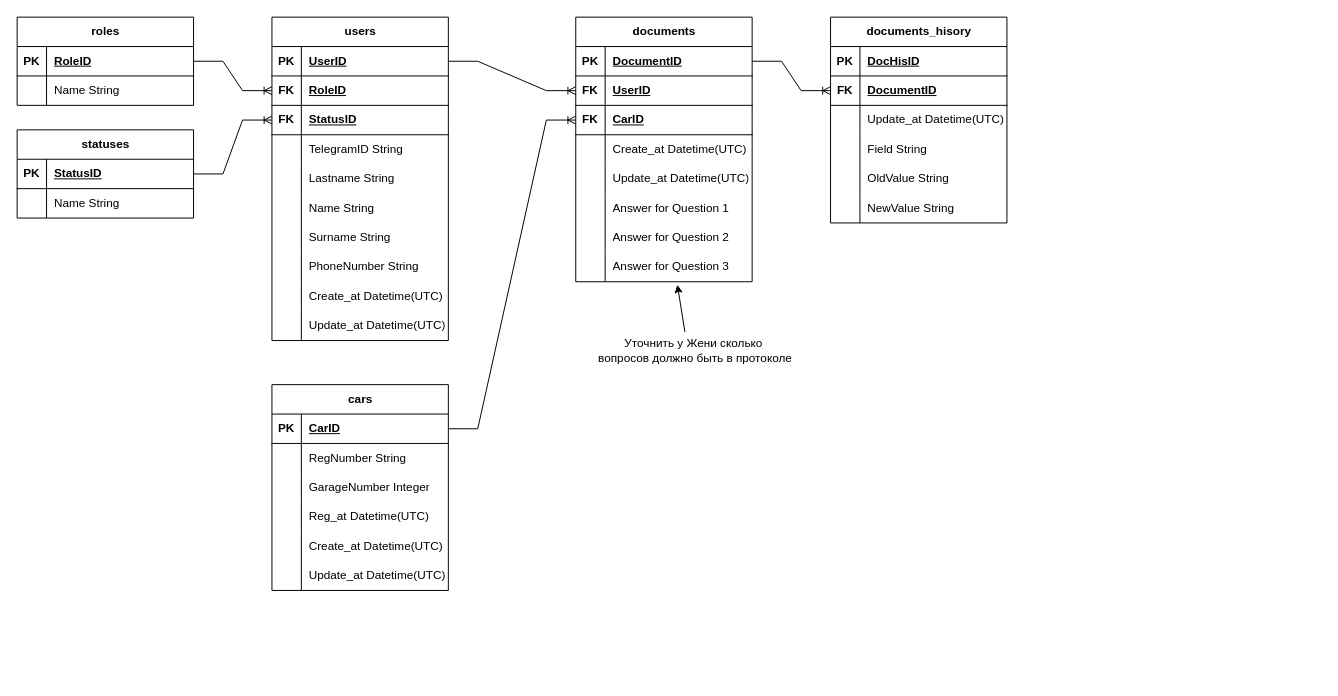
The draw.io diagram Диаграмма без названия.drawio in EvgeniiGud/draw, before the edit. Source tidied: cells renumbered, new cells numbered last; positions are measured from the earlier drawing's top-left corner, leaving out a move shared by most shapes. Both pictures are drawn from the tidied source at 98%, with x=0, y=0 at pixel (17, 17).
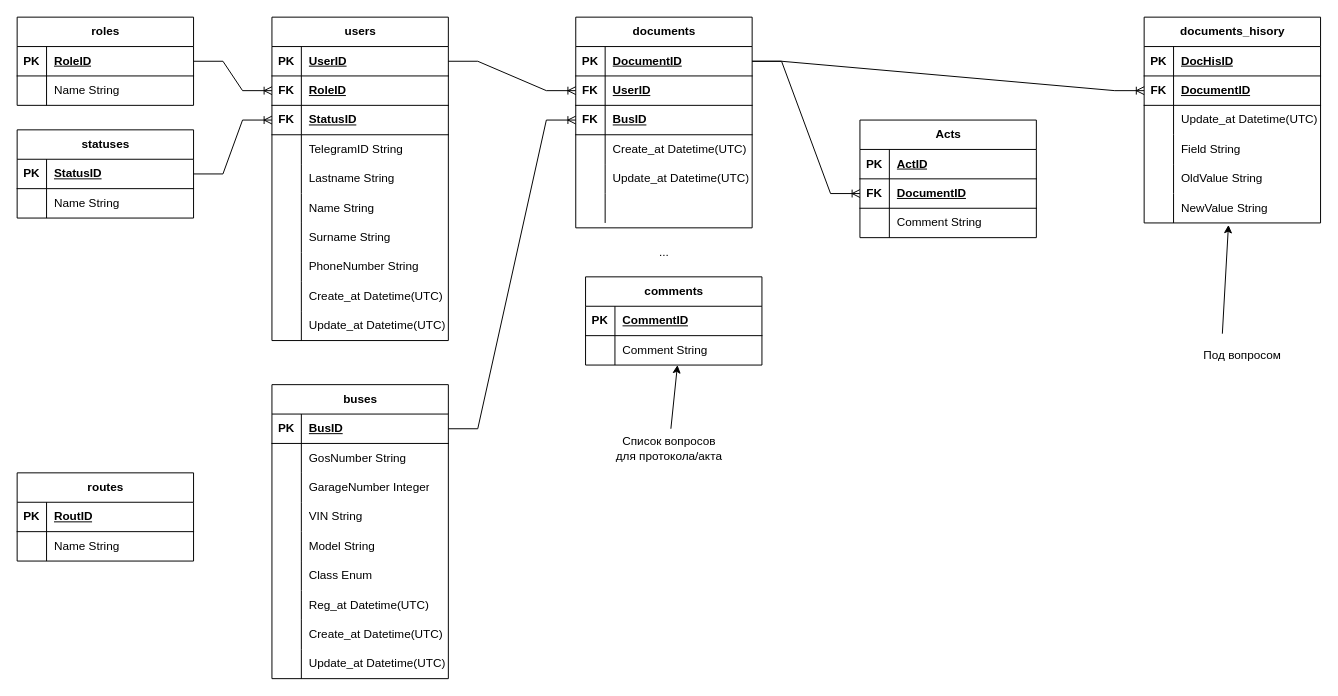
Above is the later version.

Unchanged cells that the change refers to:
```xml
<mxCell id="34" style="shape=tableRow;horizontal=0;startSize=0;swimlaneHead=0;swimlaneBody=0;fillColor=none;points=[[0,0.5],[1,0.5]];portConstraint=eastwest;top=0;left=0;right=0;bottom=1;" parent="33" vertex="1">
  <mxGeometry y="30" width="180" height="30" as="geometry" />
</mxCell>
<mxCell id="37" style="shape=tableRow;horizontal=0;startSize=0;swimlaneHead=0;swimlaneBody=0;fillColor=none;top=0;left=0;right=0;bottom=0;" parent="33" vertex="1">
  <mxGeometry y="60" width="180" height="30" as="geometry" />
</mxCell>
<mxCell id="71" style="shape=tableRow;horizontal=0;startSize=0;swimlaneHead=0;swimlaneBody=0;fillColor=none;points=[[0,0.5],[1,0.5]];portConstraint=eastwest;top=0;left=0;right=0;bottom=1;" parent="70" vertex="1">
  <mxGeometry y="30" width="180" height="30" as="geometry" />
</mxCell>
<mxCell id="77" style="shape=tableRow;horizontal=0;startSize=0;swimlaneHead=0;swimlaneBody=0;fillColor=none;points=[[0,0.5],[1,0.5]];portConstraint=eastwest;top=0;left=0;right=0;bottom=1;" parent="70" vertex="1">
  <mxGeometry y="90" width="180" height="30" as="geometry" />
</mxCell>
<mxCell id="86" style="shape=tableRow;horizontal=0;startSize=0;swimlaneHead=0;swimlaneBody=0;fillColor=none;top=0;left=0;right=0;bottom=0;" parent="70" vertex="1">
  <mxGeometry y="180" width="180" height="30" as="geometry" />
</mxCell>
<mxCell id="111" style="shape=tableRow;horizontal=0;startSize=0;swimlaneHead=0;swimlaneBody=0;fillColor=none;points=[[0,0.5],[1,0.5]];portConstraint=eastwest;top=0;left=0;right=0;bottom=0;" parent="95" vertex="1">
  <mxGeometry y="180" width="180" height="30" as="geometry" />
</mxCell>
```

Change to the diagram source:
```diff
@@
-    <mxCell id="33" value="cars" style="shape=table;startSize=30;childLayout=tableLayout;rowLines=0;fontStyle=1;align=center;html=1;" parent="1" vertex="1">
-      <mxGeometry x="260" y="375" width="180" height="210" as="geometry" />
+    <mxCell id="33" value="buses" style="shape=table;startSize=30;childLayout=tableLayout;rowLines=0;fontStyle=1;align=center;html=1;" parent="1" vertex="1">
+      <mxGeometry x="260" y="375" width="180" height="300" as="geometry" />
     </mxCell>
@@
-    <mxCell id="36" value="CarID" style="shape=partialRectangle;fillColor=none;top=0;left=0;bottom=0;right=0;align=left;spacingLeft=6;fontStyle=5;overflow=hidden;whiteSpace=wrap;html=1;" parent="34" vertex="1">
+    <mxCell id="36" value="BusID" style="shape=partialRectangle;fillColor=none;top=0;left=0;bottom=0;right=0;align=left;spacingLeft=6;fontStyle=5;overflow=hidden;whiteSpace=wrap;html=1;" parent="34" vertex="1">
       <mxGeometry x="30" width="150" height="30" as="geometry" />
     </mxCell>
@@
-    <mxCell id="39" value="RegNumber String" style="shape=partialRectangle;fillColor=none;top=0;left=0;bottom=0;right=0;align=left;spacingLeft=6;overflow=hidden;whiteSpace=wrap;html=1;" parent="37" vertex="1">
+    <mxCell id="39" value="GosNumber String" style="shape=partialRectangle;fillColor=none;top=0;left=0;bottom=0;right=0;align=left;spacingLeft=6;overflow=hidden;whiteSpace=wrap;html=1;" parent="37" vertex="1">
       <mxGeometry x="30" width="150" height="30" as="geometry" />
     </mxCell>
@@
+    <mxCell id="117" style="shape=tableRow;horizontal=0;startSize=0;swimlaneHead=0;swimlaneBody=0;fillColor=none;top=0;left=0;right=0;bottom=0;" parent="33" vertex="1">
+      <mxGeometry y="120" width="180" height="30" as="geometry" />
+    </mxCell>
+    <mxCell id="118" style="shape=partialRectangle;fillColor=none;top=0;left=0;bottom=0;right=0;overflow=hidden;whiteSpace=wrap;html=1;" parent="117" vertex="1">
+      <mxGeometry width="30" height="30" as="geometry" />
+    </mxCell>
+    <mxCell id="119" value="VIN String" style="shape=partialRectangle;fillColor=none;top=0;left=0;bottom=0;right=0;align=left;spacingLeft=6;overflow=hidden;whiteSpace=wrap;html=1;" parent="117" vertex="1">
+      <mxGeometry x="30" width="150" height="30" as="geometry" />
+    </mxCell>
+    <mxCell id="120" style="shape=tableRow;horizontal=0;startSize=0;swimlaneHead=0;swimlaneBody=0;fillColor=none;top=0;left=0;right=0;bottom=0;" parent="33" vertex="1">
+      <mxGeometry y="150" width="180" height="30" as="geometry" />
+    </mxCell>
+    <mxCell id="121" style="shape=partialRectangle;fillColor=none;top=0;left=0;bottom=0;right=0;overflow=hidden;whiteSpace=wrap;html=1;" parent="120" vertex="1">
+      <mxGeometry width="30" height="30" as="geometry" />
+    </mxCell>
+    <mxCell id="122" value="Model String" style="shape=partialRectangle;fillColor=none;top=0;left=0;bottom=0;right=0;align=left;spacingLeft=6;overflow=hidden;whiteSpace=wrap;html=1;" parent="120" vertex="1">
+      <mxGeometry x="30" width="150" height="30" as="geometry" />
+    </mxCell>
+    <mxCell id="123" style="shape=tableRow;horizontal=0;startSize=0;swimlaneHead=0;swimlaneBody=0;fillColor=none;top=0;left=0;right=0;bottom=0;" parent="33" vertex="1">
+      <mxGeometry y="180" width="180" height="30" as="geometry" />
+    </mxCell>
+    <mxCell id="124" style="shape=partialRectangle;fillColor=none;top=0;left=0;bottom=0;right=0;overflow=hidden;whiteSpace=wrap;html=1;" parent="123" vertex="1">
+      <mxGeometry width="30" height="30" as="geometry" />
+    </mxCell>
+    <mxCell id="125" value="Class Enum" style="shape=partialRectangle;fillColor=none;top=0;left=0;bottom=0;right=0;align=left;spacingLeft=6;overflow=hidden;whiteSpace=wrap;html=1;" parent="123" vertex="1">
+      <mxGeometry x="30" width="150" height="30" as="geometry" />
+    </mxCell>
     <mxCell id="43" style="shape=tableRow;horizontal=0;startSize=0;swimlaneHead=0;swimlaneBody=0;fillColor=none;top=0;left=0;right=0;bottom=0;" parent="33" vertex="1">
-      <mxGeometry y="120" width="180" height="30" as="geometry" />
+      <mxGeometry y="210" width="180" height="30" as="geometry" />
     </mxCell>
@@
     <mxCell id="46" style="shape=tableRow;horizontal=0;startSize=0;swimlaneHead=0;swimlaneBody=0;fillColor=none;top=0;left=0;right=0;bottom=0;" parent="33" vertex="1">
-      <mxGeometry y="150" width="180" height="30" as="geometry" />
+      <mxGeometry y="240" width="180" height="30" as="geometry" />
     </mxCell>
@@
     <mxCell id="49" style="shape=tableRow;horizontal=0;startSize=0;swimlaneHead=0;swimlaneBody=0;fillColor=none;top=0;left=0;right=0;bottom=0;" parent="33" vertex="1">
-      <mxGeometry y="180" width="180" height="30" as="geometry" />
+      <mxGeometry y="270" width="180" height="30" as="geometry" />
     </mxCell>
@@
     <mxCell id="70" value="documents" style="shape=table;startSize=30;childLayout=tableLayout;rowLines=0;fontStyle=1;align=center;html=1;" parent="1" vertex="1">
-      <mxGeometry x="570" width="180" height="270" as="geometry" />
+      <mxGeometry x="570" width="180" height="215" as="geometry" />
     </mxCell>
@@
-    <mxCell id="79" value="CarID" style="shape=partialRectangle;fillColor=none;top=0;left=0;bottom=0;right=0;align=left;spacingLeft=6;fontStyle=5;overflow=hidden;whiteSpace=wrap;html=1;" parent="77" vertex="1">
+    <mxCell id="79" value="BusID" style="shape=partialRectangle;fillColor=none;top=0;left=0;bottom=0;right=0;align=left;spacingLeft=6;fontStyle=5;overflow=hidden;whiteSpace=wrap;html=1;" parent="77" vertex="1">
       <mxGeometry x="30" width="150" height="30" as="geometry" />
     </mxCell>
@@
-    <mxCell id="88" value="Answer for Question 1" style="shape=partialRectangle;fillColor=none;top=0;left=0;bottom=0;right=0;align=left;spacingLeft=6;overflow=hidden;whiteSpace=wrap;html=1;" parent="86" vertex="1">
+    <mxCell id="88" style="shape=partialRectangle;fillColor=none;top=0;left=0;bottom=0;right=0;align=left;spacingLeft=6;overflow=hidden;whiteSpace=wrap;html=1;" parent="86" vertex="1">
       <mxGeometry x="30" width="150" height="30" as="geometry" />
     </mxCell>
-    <mxCell id="89" style="shape=tableRow;horizontal=0;startSize=0;swimlaneHead=0;swimlaneBody=0;fillColor=none;top=0;left=0;right=0;bottom=0;" parent="70" vertex="1">
-      <mxGeometry y="210" width="180" height="30" as="geometry" />
-    </mxCell>
-    <mxCell id="90" style="shape=partialRectangle;fillColor=none;top=0;left=0;bottom=0;right=0;overflow=hidden;whiteSpace=wrap;html=1;" parent="89" vertex="1">
-      <mxGeometry width="30" height="30" as="geometry" />
-    </mxCell>
-    <mxCell id="91" value="Answer for Question 2" style="shape=partialRectangle;fillColor=none;top=0;left=0;bottom=0;right=0;align=left;spacingLeft=6;overflow=hidden;whiteSpace=wrap;html=1;" parent="89" vertex="1">
-      <mxGeometry x="30" width="150" height="30" as="geometry" />
-    </mxCell>
-    <mxCell id="92" style="shape=tableRow;horizontal=0;startSize=0;swimlaneHead=0;swimlaneBody=0;fillColor=none;points=[[0,0.5],[1,0.5]];portConstraint=eastwest;top=0;left=0;right=0;bottom=0;" parent="70" vertex="1">
-      <mxGeometry y="240" width="180" height="30" as="geometry" />
-    </mxCell>
-    <mxCell id="93" style="shape=partialRectangle;fillColor=none;top=0;left=0;bottom=0;right=0;overflow=hidden;whiteSpace=wrap;html=1;" parent="92" vertex="1">
-      <mxGeometry width="30" height="30" as="geometry" />
-    </mxCell>
-    <mxCell id="94" value="Answer for Question 3" style="shape=partialRectangle;fillColor=none;top=0;left=0;bottom=0;right=0;align=left;spacingLeft=6;overflow=hidden;whiteSpace=wrap;html=1;" parent="92" vertex="1">
-      <mxGeometry x="30" width="150" height="30" as="geometry" />
-    </mxCell>
     <mxCell id="95" value="documents_hisory" style="shape=table;startSize=30;childLayout=tableLayout;rowLines=0;fontStyle=1;align=center;html=1;" parent="1" vertex="1">
-      <mxGeometry x="830" width="180" height="210" as="geometry" />
+      <mxGeometry x="1150" width="180" height="210" as="geometry" />
     </mxCell>
@@
-    <mxCell id="115" value="Уточнить у Жени сколько&lt;br&gt;&amp;nbsp;вопросов должно быть в протоколе" style="text;html=1;align=center;verticalAlign=middle;points=[];strokeColor=none;fillColor=none;" parent="1" vertex="1">
-      <mxGeometry x="580" y="320" width="220" height="40" as="geometry" />
-    </mxCell>
-    <mxCell id="116" style="endArrow=classic;html=1;rounded=0;entryX=0.576;entryY=1.102;entryDx=0;entryDy=0;entryPerimeter=0;exitX=0.461;exitY=0.033;exitDx=0;exitDy=0;exitPerimeter=0;" parent="1" edge="1" source="115" target="92">
-      <mxGeometry relative="1" as="geometry" />
-    </mxCell>
+    <mxCell id="126" value="comments" style="shape=table;startSize=30;childLayout=tableLayout;rowLines=0;fontStyle=1;align=center;html=1;" parent="1" vertex="1">
+      <mxGeometry x="580" y="265" width="180" height="90" as="geometry" />
+    </mxCell>
+    <mxCell id="127" style="shape=tableRow;horizontal=0;startSize=0;swimlaneHead=0;swimlaneBody=0;fillColor=none;top=0;left=0;right=0;bottom=1;" parent="126" vertex="1">
+      <mxGeometry y="30" width="180" height="30" as="geometry" />
+    </mxCell>
+    <mxCell id="128" value="PK" style="shape=partialRectangle;fillColor=none;top=0;left=0;bottom=0;right=0;fontStyle=1;overflow=hidden;whiteSpace=wrap;html=1;" parent="127" vertex="1">
+      <mxGeometry width="30" height="30" as="geometry" />
+    </mxCell>
+    <mxCell id="129" value="СommentID" style="shape=partialRectangle;fillColor=none;top=0;left=0;bottom=0;right=0;align=left;spacingLeft=6;fontStyle=5;overflow=hidden;whiteSpace=wrap;html=1;" parent="127" vertex="1">
+      <mxGeometry x="30" width="150" height="30" as="geometry" />
+    </mxCell>
+    <mxCell id="130" style="shape=tableRow;horizontal=0;startSize=0;swimlaneHead=0;swimlaneBody=0;fillColor=none;points=[[0,0.5],[1,0.5]];portConstraint=eastwest;top=0;left=0;right=0;bottom=0;" parent="126" vertex="1">
+      <mxGeometry y="60" width="180" height="30" as="geometry" />
+    </mxCell>
+    <mxCell id="131" style="shape=partialRectangle;fillColor=none;top=0;left=0;bottom=0;right=0;overflow=hidden;whiteSpace=wrap;html=1;" parent="130" vertex="1">
+      <mxGeometry width="30" height="30" as="geometry" />
+    </mxCell>
+    <mxCell id="132" value="Сomment String" style="shape=partialRectangle;fillColor=none;top=0;left=0;bottom=0;right=0;align=left;spacingLeft=6;overflow=hidden;whiteSpace=wrap;html=1;" parent="130" vertex="1">
+      <mxGeometry x="30" width="150" height="30" as="geometry" />
+    </mxCell>
+    <mxCell id="133" value="Список вопросов &lt;br&gt;для протокола/акта" style="text;html=1;align=center;verticalAlign=middle;points=[];strokeColor=none;fillColor=none;" parent="1" vertex="1">
+      <mxGeometry x="600" y="420" width="130" height="40" as="geometry" />
+    </mxCell>
+    <mxCell id="134" style="endArrow=classic;html=1;rounded=0;entryX=0.521;entryY=1;entryDx=0;entryDy=0;entryPerimeter=0;" parent="1" edge="1" source="133" target="130">
+      <mxGeometry relative="1" as="geometry" />
+    </mxCell>
+    <mxCell id="135" value="Под вопросом" style="text;html=1;align=center;verticalAlign=middle;strokeColor=none;fillColor=none;" parent="1" vertex="1">
+      <mxGeometry x="1200" y="330" width="100" height="30" as="geometry" />
+    </mxCell>
+    <mxCell id="136" style="endArrow=classic;html=1;rounded=0;exitX=0.461;exitY=0.033;exitDx=0;exitDy=0;exitPerimeter=0;entryX=0.478;entryY=1.067;entryDx=0;entryDy=0;entryPerimeter=0;" parent="1" edge="1" target="111">
+      <mxGeometry relative="1" as="geometry">
+        <mxPoint x="1229.8" y="323" as="sourcePoint" />
+      </mxGeometry>
+    </mxCell>
+    <mxCell id="137" value="routes" style="shape=table;startSize=30;childLayout=tableLayout;rowLines=0;fontStyle=1;align=center;html=1;" parent="1" vertex="1">
+      <mxGeometry y="465" width="180" height="90" as="geometry" />
+    </mxCell>
+    <mxCell id="138" style="shape=tableRow;horizontal=0;startSize=0;swimlaneHead=0;swimlaneBody=0;fillColor=none;top=0;left=0;right=0;bottom=1;" parent="137" vertex="1">
+      <mxGeometry y="30" width="180" height="30" as="geometry" />
+    </mxCell>
+    <mxCell id="139" value="PK" style="shape=partialRectangle;fillColor=none;top=0;left=0;bottom=0;right=0;fontStyle=1;overflow=hidden;whiteSpace=wrap;html=1;" parent="138" vertex="1">
+      <mxGeometry width="30" height="30" as="geometry" />
+    </mxCell>
+    <mxCell id="140" value="RoutID" style="shape=partialRectangle;fillColor=none;top=0;left=0;bottom=0;right=0;align=left;spacingLeft=6;fontStyle=5;overflow=hidden;whiteSpace=wrap;html=1;" parent="138" vertex="1">
+      <mxGeometry x="30" width="150" height="30" as="geometry" />
+    </mxCell>
+    <mxCell id="141" style="shape=tableRow;horizontal=0;startSize=0;swimlaneHead=0;swimlaneBody=0;fillColor=none;top=0;left=0;right=0;bottom=0;" parent="137" vertex="1">
+      <mxGeometry y="60" width="180" height="30" as="geometry" />
+    </mxCell>
+    <mxCell id="142" style="shape=partialRectangle;fillColor=none;top=0;left=0;bottom=0;right=0;overflow=hidden;whiteSpace=wrap;html=1;" parent="141" vertex="1">
+      <mxGeometry width="30" height="30" as="geometry" />
+    </mxCell>
+    <mxCell id="143" value="Name String" style="shape=partialRectangle;fillColor=none;top=0;left=0;bottom=0;right=0;align=left;spacingLeft=6;overflow=hidden;whiteSpace=wrap;html=1;" parent="141" vertex="1">
+      <mxGeometry x="30" width="150" height="30" as="geometry" />
+    </mxCell>
+    <mxCell id="144" value="..." style="text;html=1;align=center;verticalAlign=middle;strokeColor=none;fillColor=none;" parent="1" vertex="1">
+      <mxGeometry x="645" y="225" width="30" height="30" as="geometry" />
+    </mxCell>
+    <mxCell id="145" value="Acts" style="shape=table;startSize=30;childLayout=tableLayout;rowLines=0;fontStyle=1;align=center;html=1;" parent="1" vertex="1">
+      <mxGeometry x="860" y="105" width="180" height="120" as="geometry" />
+    </mxCell>
+    <mxCell id="146" style="shape=tableRow;horizontal=0;startSize=0;swimlaneHead=0;swimlaneBody=0;fillColor=none;top=0;left=0;right=0;bottom=1;" parent="145" vertex="1">
+      <mxGeometry y="30" width="180" height="30" as="geometry" />
+    </mxCell>
+    <mxCell id="147" value="PK" style="shape=partialRectangle;fillColor=none;top=0;left=0;bottom=0;right=0;fontStyle=1;overflow=hidden;whiteSpace=wrap;html=1;" parent="146" vertex="1">
+      <mxGeometry width="30" height="30" as="geometry" />
+    </mxCell>
+    <mxCell id="148" value="ActID" style="shape=partialRectangle;fillColor=none;top=0;left=0;bottom=0;right=0;align=left;spacingLeft=6;fontStyle=5;overflow=hidden;whiteSpace=wrap;html=1;" parent="146" vertex="1">
+      <mxGeometry x="30" width="150" height="30" as="geometry" />
+    </mxCell>
+    <mxCell id="149" style="shape=tableRow;horizontal=0;startSize=0;swimlaneHead=0;swimlaneBody=0;fillColor=none;points=[[0,0.5],[1,0.5]];portConstraint=eastwest;top=0;left=0;right=0;bottom=1;" parent="145" vertex="1">
+      <mxGeometry y="60" width="180" height="30" as="geometry" />
+    </mxCell>
+    <mxCell id="150" value="FK" style="shape=partialRectangle;fillColor=none;top=0;left=0;bottom=0;right=0;fontStyle=1;overflow=hidden;whiteSpace=wrap;html=1;" parent="149" vertex="1">
+      <mxGeometry width="30" height="30" as="geometry" />
+    </mxCell>
+    <mxCell id="151" value="DocumentID" style="shape=partialRectangle;fillColor=none;top=0;left=0;bottom=0;right=0;align=left;spacingLeft=6;fontStyle=5;overflow=hidden;whiteSpace=wrap;html=1;" parent="149" vertex="1">
+      <mxGeometry x="30" width="150" height="30" as="geometry" />
+    </mxCell>
+    <mxCell id="152" style="shape=tableRow;horizontal=0;startSize=0;swimlaneHead=0;swimlaneBody=0;fillColor=none;top=0;left=0;right=0;bottom=0;" parent="145" vertex="1">
+      <mxGeometry y="90" width="180" height="30" as="geometry" />
+    </mxCell>
+    <mxCell id="153" style="shape=partialRectangle;fillColor=none;top=0;left=0;bottom=0;right=0;overflow=hidden;whiteSpace=wrap;html=1;" parent="152" vertex="1">
+      <mxGeometry width="30" height="30" as="geometry" />
+    </mxCell>
+    <mxCell id="154" value="Comment String" style="shape=partialRectangle;fillColor=none;top=0;left=0;bottom=0;right=0;align=left;spacingLeft=6;overflow=hidden;whiteSpace=wrap;html=1;" parent="152" vertex="1">
+      <mxGeometry x="30" width="150" height="30" as="geometry" />
+    </mxCell>
+    <mxCell id="155" style="edgeStyle=entityRelationEdgeStyle;fontSize=12;html=1;endArrow=ERoneToMany;rounded=0;entryX=0;entryY=0.5;entryDx=0;entryDy=0;exitX=1;exitY=0.5;exitDx=0;exitDy=0;" parent="1" edge="1" source="71" target="149">
+      <mxGeometry relative="1" as="geometry" />
+    </mxCell>
```
